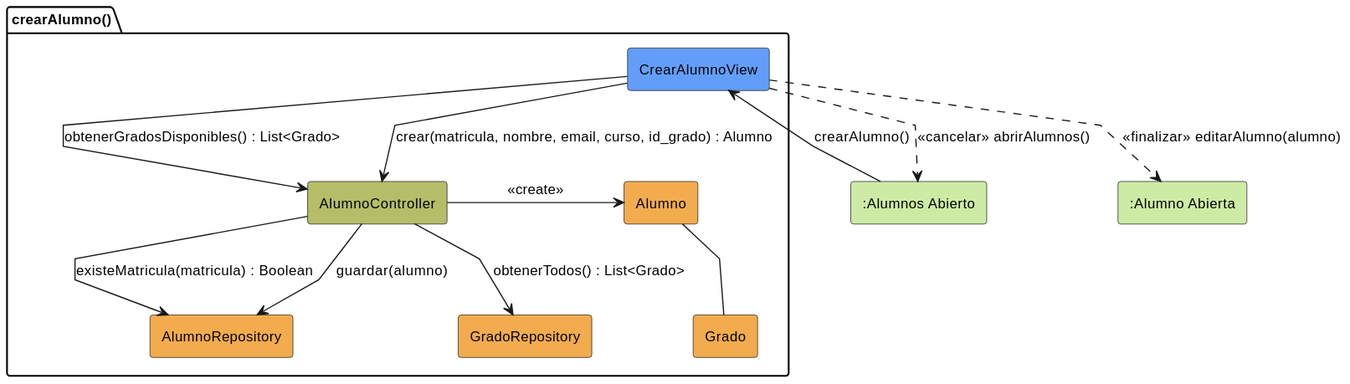
carlos-alvarado-25/25-26-idsw2-sdVC keeps this PlantUML diagram as images/01-analisis/casos-uso/crearAlumno/crearAlumno-analisis.svg. Above is the earlier version.
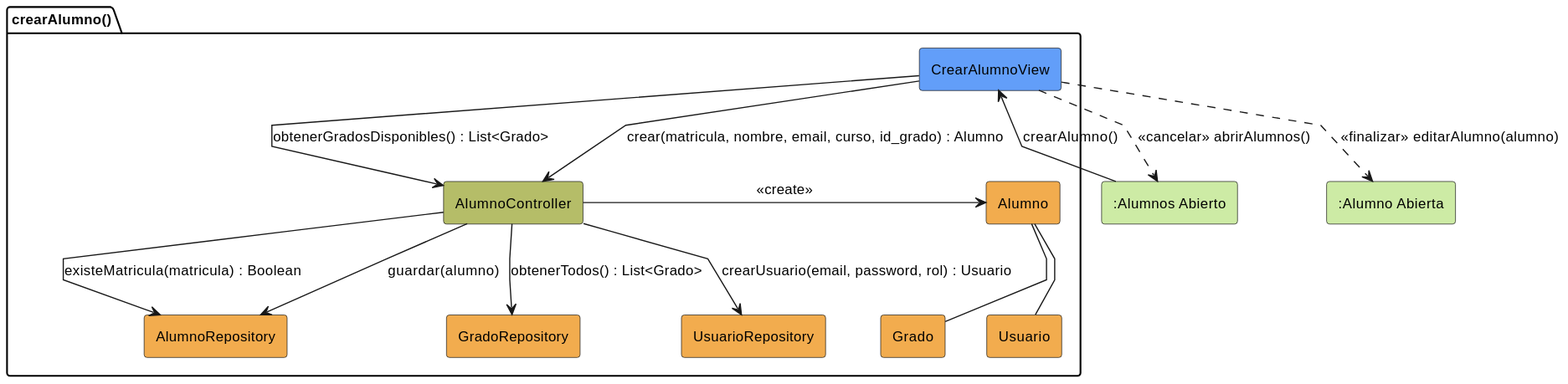
After the commit.

What changed in the source:
```diff
@@ -13,8 +13,10 @@
     rectangle #b5bd68 AlumnoController
     rectangle #F2AC4E AlumnoRepository
     rectangle #F2AC4E GradoRepository
+    rectangle #F2AC4E UsuarioRepository
     rectangle #F2AC4E Alumno
     rectangle #F2AC4E Grado
+    rectangle #F2AC4E Usuario
 }
 
 AlumnosAbierto -r-> CrearAlumnoView: crearAlumno()
@@ -25,10 +27,12 @@
 CrearAlumnoView -d-> AlumnoController: crear(matricula, nombre, email, curso, id_grado) : Alumno
 
 AlumnoController -d-> AlumnoRepository: existeMatricula(matricula) : Boolean
+AlumnoController -d-> UsuarioRepository: crearUsuario(email, password, rol) : Usuario
 AlumnoController -r-> Alumno: <<create>>
 AlumnoController -d-> AlumnoRepository: guardar(alumno)
 
 Alumno -- Grado
+Alumno -- Usuario
 
 CrearAlumnoView ..> AlumnoAbierta: <<finalizar>> editarAlumno(alumno)
 CrearAlumnoView ..> AlumnosAbierto: <<cancelar>> abrirAlumnos()
```
